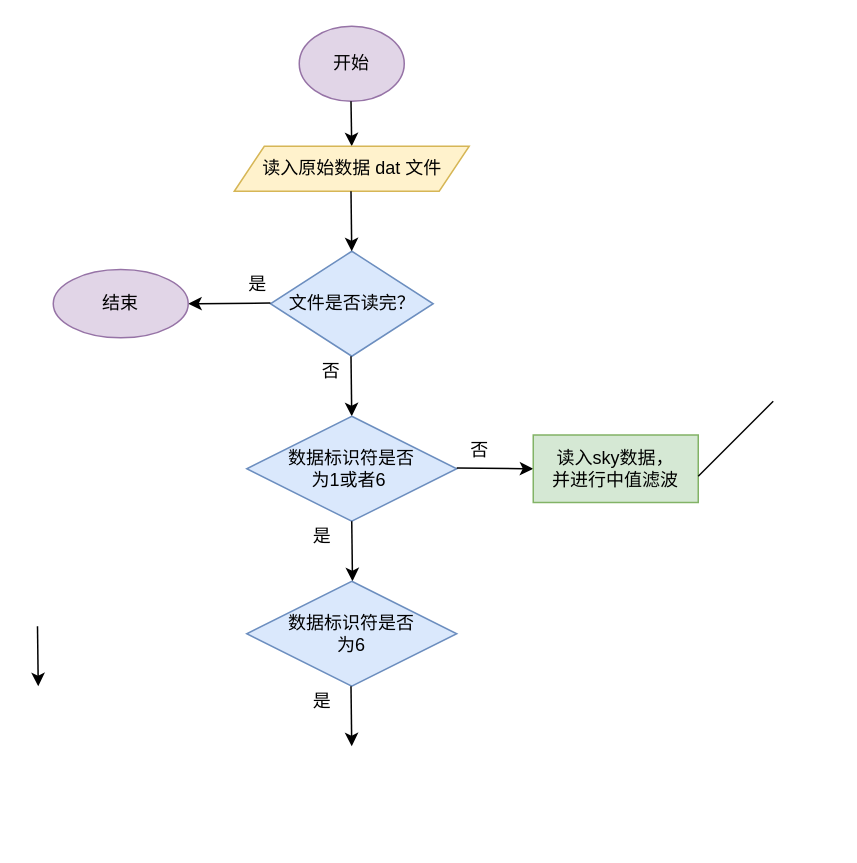
luoluo19550418/drawio keeps this draw.io diagram as fastpsw3.drawio. Above is the earlier version. Source tidied: cells renumbered, new cells numbered last; positions are measured from the earlier drawing's top-left corner, leaving out a move shared by most shapes. Both pictures are drawn from the tidied source at 150%, with x=0, y=0 at pixel (38, 26).
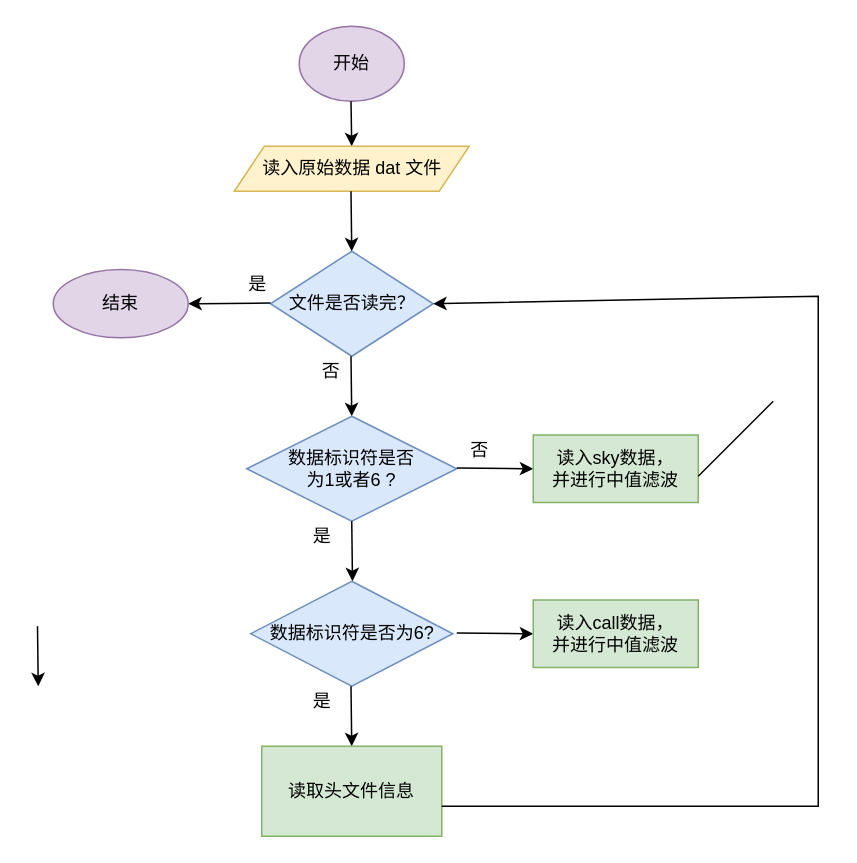
Above is the later version.

The change refers to these unchanged cells:
```xml
<mxCell id="5" value="文件是否读完？" style="rhombus;whiteSpace=wrap;html=1;fillColor=#dae8fc;strokeColor=#6c8ebf;" parent="1" vertex="1">
  <mxGeometry x="154.8" y="150" width="108.5" height="70" as="geometry" />
</mxCell>
```

Change to the diagram source:
```diff
@@
-    <mxCell id="11" value="数据标识符是否&lt;br&gt;为1或者6&amp;nbsp;" style="rhombus;whiteSpace=wrap;html=1;fillColor=#dae8fc;strokeColor=#6c8ebf;" parent="1" vertex="1">
+    <mxCell id="11" value="数据标识符是否&lt;br&gt;为1或者6 ?" style="rhombus;whiteSpace=wrap;html=1;fillColor=#dae8fc;strokeColor=#6c8ebf;" parent="1" vertex="1">
       <mxGeometry x="139" y="260" width="140" height="70" as="geometry" />
     </mxCell>
@@
-    <mxCell id="19" value="数据标识符是否&lt;br&gt;为6" style="rhombus;whiteSpace=wrap;html=1;fillColor=#dae8fc;strokeColor=#6c8ebf;" parent="1" vertex="1">
-      <mxGeometry x="139" y="370" width="140" height="70" as="geometry" />
+    <mxCell id="19" value="数据标识符是否为6?" style="rhombus;whiteSpace=wrap;html=1;fillColor=#dae8fc;strokeColor=#6c8ebf;" parent="1" vertex="1">
+      <mxGeometry x="141.6" y="370" width="134.8" height="70" as="geometry" />
     </mxCell>
@@
+    <mxCell id="23" style="endArrow=classic;html=1;rounded=0;" parent="1" edge="1">
+      <mxGeometry relative="1" as="geometry">
+        <mxPoint x="279" y="404.5" as="sourcePoint" />
+        <mxPoint x="330" y="405" as="targetPoint" />
+      </mxGeometry>
+    </mxCell>
+    <mxCell id="24" value="读入call数据，&lt;br&gt;并进行中值滤波" style="rounded=0;whiteSpace=wrap;html=1;fillColor=#d5e8d4;strokeColor=#82b366;" parent="1" vertex="1">
+      <mxGeometry x="330" y="382.5" width="110" height="45" as="geometry" />
+    </mxCell>
+    <mxCell id="25" value="读取头文件信息" style="rounded=0;whiteSpace=wrap;html=1;fillColor=#d5e8d4;strokeColor=#82b366;" parent="1" vertex="1">
+      <mxGeometry x="149" y="480" width="120" height="60" as="geometry" />
+    </mxCell>
+    <mxCell id="26" style="endArrow=classic;html=1;rounded=0;entryX=1;entryY=0.5;entryDx=0;entryDy=0;" parent="1" edge="1" target="5">
+      <mxGeometry relative="1" as="geometry">
+        <mxPoint x="269" y="520" as="sourcePoint" />
+        <Array as="points">
+          <mxPoint x="520" y="520" />
+          <mxPoint x="520" y="180" />
+        </Array>
+      </mxGeometry>
+    </mxCell>
```
